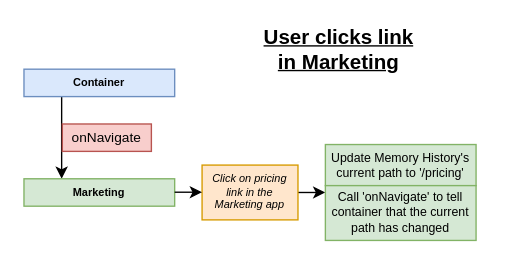
IlliaDevps/microfrontends keeps this draw.io diagram as page "04 - on navigae" (6 of 7) of prod/diagrams/09.drawio. Above is the earlier version. Source tidied: cells renumbered, new cells numbered last; positions are measured from the earlier drawing's top-left corner, leaving out a move shared by most shapes. Both pictures are drawn from the tidied source at 137%, with x=0, y=0 at pixel (23, 27).
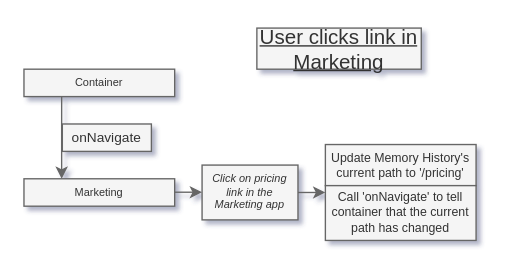
The same page after the edit.

What changed in the source:
```diff
@@
-<mxGraphModel>
+<mxGraphModel shadow="1">
   <root>
     <mxCell id="0" />
     <mxCell id="1" parent="0" />
-    <mxCell id="2" style="edgeStyle=orthogonalEdgeStyle;rounded=0;jettySize=auto;html=1;exitX=0.25;exitY=1;exitDx=0;exitDy=0;entryX=0.25;entryY=0;entryDx=0;entryDy=0;fontSize=14;" parent="1" edge="1" source="3" target="5">
+    <mxCell id="2" style="edgeStyle=orthogonalEdgeStyle;rounded=0;jettySize=auto;html=1;exitX=0.25;exitY=1;exitDx=0;exitDy=0;entryX=0.25;entryY=0;entryDx=0;entryDy=0;fontSize=14;fontStyle=0;fillColor=#f5f5f5;strokeColor=#666666;" parent="1" edge="1" source="3" target="5">
       <mxGeometry relative="1" as="geometry" />
     </mxCell>
-    <mxCell id="3" value="Container" style="rounded=0;whiteSpace=wrap;html=1;fillColor=#dae8fc;strokeColor=#6c8ebf;fontStyle=1;fontSize=8;" parent="1" vertex="1">
+    <mxCell id="3" value="Container" style="rounded=0;whiteSpace=wrap;html=1;fontStyle=0;fontSize=8;fillColor=#f5f5f5;fontColor=#333333;strokeColor=#666666;" parent="1" vertex="1">
       <mxGeometry y="30" width="110" height="20" as="geometry" />
     </mxCell>
     <mxCell id="4" style="edgeStyle=orthogonalEdgeStyle;rounded=0;orthogonalLoop=1;jettySize=auto;html=1;exitX=0.5;exitY=1;exitDx=0;exitDy=0;" parent="1" edge="1">
       <mxGeometry relative="1" as="geometry">
         <mxPoint x="55" y="70" as="targetPoint" />
       </mxGeometry>
     </mxCell>
-    <mxCell id="5" value="Marketing" style="rounded=0;whiteSpace=wrap;html=1;fillColor=#d5e8d4;strokeColor=#82b366;fontStyle=1;fontSize=8;" parent="1" vertex="1">
+    <mxCell id="5" value="Marketing" style="rounded=0;whiteSpace=wrap;html=1;fontStyle=0;fontSize=8;fillColor=#f5f5f5;fontColor=#333333;strokeColor=#666666;" parent="1" vertex="1">
       <mxGeometry y="110" width="110" height="20" as="geometry" />
     </mxCell>
-    <mxCell id="6" style="edgeStyle=orthogonalEdgeStyle;rounded=0;jettySize=auto;html=1;exitX=1;exitY=0.5;exitDx=0;exitDy=0;fontSize=8;" parent="1" edge="1" source="7">
+    <mxCell id="6" style="edgeStyle=orthogonalEdgeStyle;rounded=0;jettySize=auto;html=1;exitX=1;exitY=0.5;exitDx=0;exitDy=0;fontSize=8;fontStyle=0;fillColor=#f5f5f5;strokeColor=#666666;" parent="1" edge="1" source="7">
       <mxGeometry relative="1" as="geometry">
         <mxPoint x="220" y="120" as="targetPoint" />
       </mxGeometry>
     </mxCell>
-    <mxCell id="7" value="Click on pricing link in the Marketing app" style="rounded=0;whiteSpace=wrap;html=1;fontSize=8;fontStyle=2;fillColor=#ffe6cc;strokeColor=#d79b00;" parent="1" vertex="1">
+    <mxCell id="7" value="Click on pricing link in the Marketing app" style="rounded=0;whiteSpace=wrap;html=1;fontSize=8;fontStyle=2;fillColor=#f5f5f5;fontColor=#333333;strokeColor=#666666;" parent="1" vertex="1">
       <mxGeometry x="130" y="100" width="70" height="40" as="geometry" />
     </mxCell>
-    <mxCell id="8" style="edgeStyle=orthogonalEdgeStyle;rounded=0;orthogonalLoop=1;jettySize=auto;html=1;exitX=1;exitY=0.5;exitDx=0;exitDy=0;fontSize=8;" parent="1" edge="1">
+    <mxCell id="8" style="edgeStyle=orthogonalEdgeStyle;rounded=0;orthogonalLoop=1;jettySize=auto;html=1;exitX=1;exitY=0.5;exitDx=0;exitDy=0;fontSize=8;fontStyle=0;fillColor=#f5f5f5;strokeColor=#666666;" parent="1" edge="1">
       <mxGeometry relative="1" as="geometry">
         <mxPoint x="110" y="119.8" as="sourcePoint" />
         <mxPoint x="130" y="119.9" as="targetPoint" />
       </mxGeometry>
     </mxCell>
-    <mxCell id="9" value="Update Memory History's current path to '/pricing'" style="rounded=0;whiteSpace=wrap;html=1;fillColor=#d5e8d4;strokeColor=#82b366;fontStyle=0;fontSize=9;" parent="1" vertex="1">
+    <mxCell id="9" value="Update Memory History's current path to '/pricing'" style="rounded=0;whiteSpace=wrap;html=1;fontStyle=0;fontSize=9;fillColor=#f5f5f5;fontColor=#333333;strokeColor=#666666;" parent="1" vertex="1">
       <mxGeometry x="220" y="85" width="110" height="30" as="geometry" />
     </mxCell>
-    <mxCell id="10" value="onNavigate" style="rounded=0;whiteSpace=wrap;html=1;fontSize=10;fillColor=#f8cecc;strokeColor=#b85450;" parent="1" vertex="1">
+    <mxCell id="10" value="onNavigate" style="rounded=0;whiteSpace=wrap;html=1;fontSize=10;fontStyle=0;fillColor=#f5f5f5;fontColor=#333333;strokeColor=#666666;" parent="1" vertex="1">
       <mxGeometry x="28" y="70" width="65" height="20" as="geometry" />
     </mxCell>
-    <mxCell id="11" value="Call 'onNavigate' to tell container that the current path has changed" style="rounded=0;whiteSpace=wrap;html=1;fillColor=#d5e8d4;strokeColor=#82b366;fontStyle=0;fontSize=9;" parent="1" vertex="1">
+    <mxCell id="11" value="Call 'onNavigate' to tell container that the current path has changed" style="rounded=0;whiteSpace=wrap;html=1;fontStyle=0;fontSize=9;fillColor=#f5f5f5;fontColor=#333333;strokeColor=#666666;" parent="1" vertex="1">
       <mxGeometry x="220" y="115" width="110" height="40" as="geometry" />
     </mxCell>
-    <mxCell id="12" value="User clicks link in Marketing" style="text;html=1;strokeColor=none;fillColor=none;align=center;verticalAlign=middle;whiteSpace=wrap;rounded=0;fontSize=15;fontStyle=5;" parent="1" vertex="1">
+    <mxCell id="12" value="User clicks link in Marketing" style="text;html=1;align=center;verticalAlign=middle;whiteSpace=wrap;rounded=0;fontSize=15;fontStyle=4;fillColor=#f5f5f5;fontColor=#333333;strokeColor=#666666;" parent="1" vertex="1">
       <mxGeometry x="170" width="120" height="30" as="geometry" />
     </mxCell>
   </root>
 </mxGraphModel>
```
